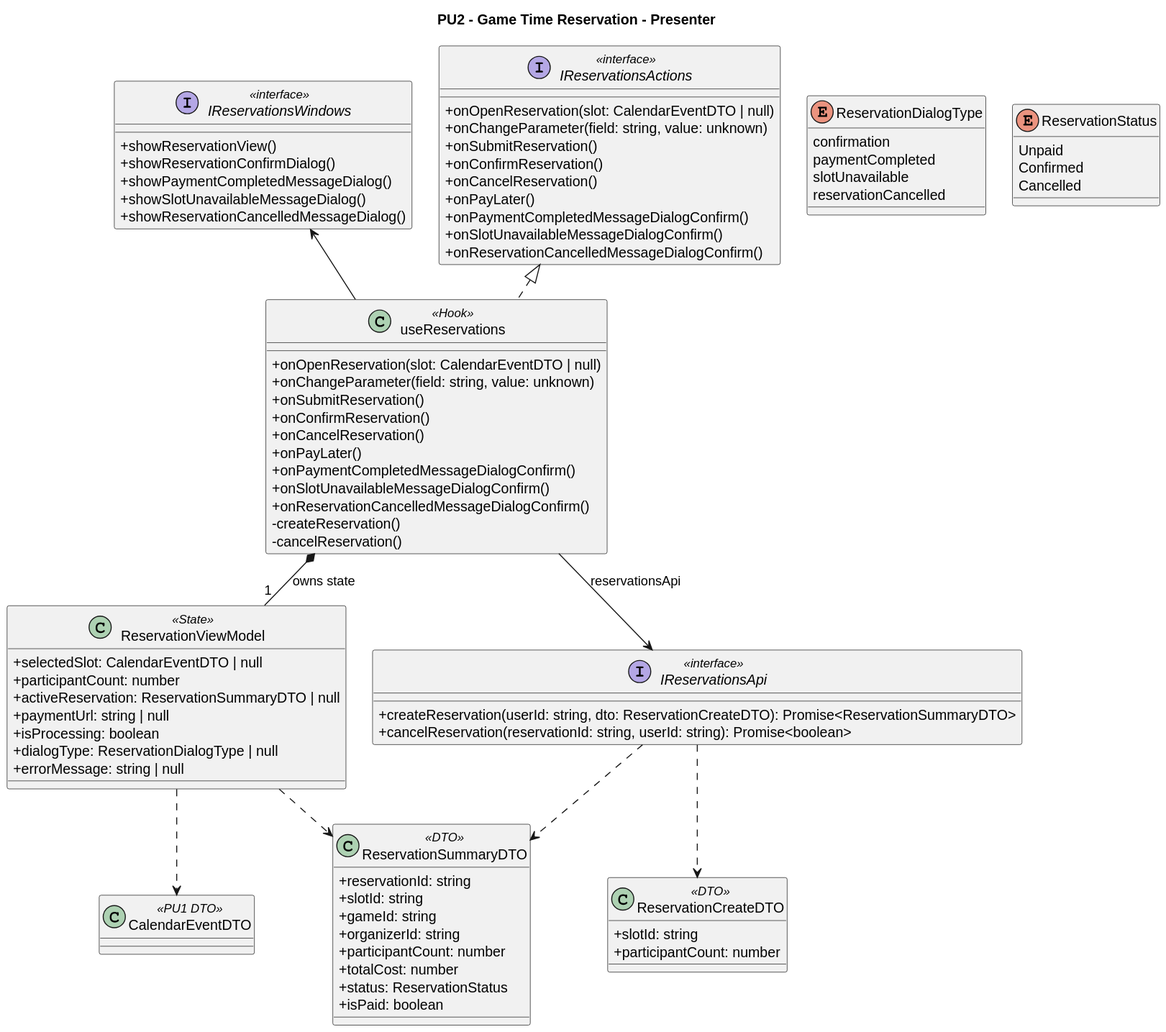
The PlantUML diagram diagrams/frontend/rendered/reservation-presenter.svg in Igor-Ochocki/POP-2026Z, before a commit.
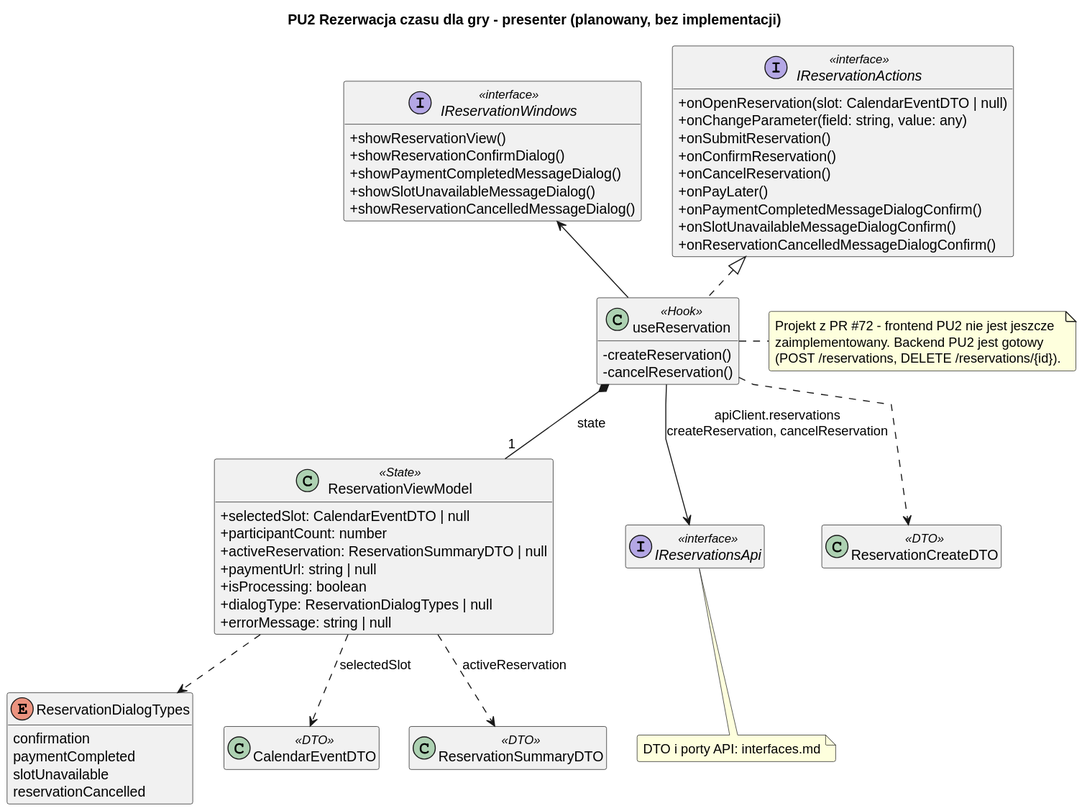
After the commit.

The edit, as a diff of the source:
```diff
@@ -3,29 +3,16 @@
 skinparam packageStyle rectangle
 skinparam shadowing false
 skinparam roundcorner 4
-skinparam nodesep 26
-skinparam ranksep 34
 skinparam linetype polyline
+skinparam nodesep 30
+skinparam ranksep 40
+hide empty members
 
-title PU2 - Game Time Reservation - Presenter
+title PU2 Rezerwacja czasu dla gry - presenter (planowany, bez implementacji)
 
-class useReservations <<Hook>> {
+interface IReservationActions <<interface>> {
     + onOpenReservation(slot: CalendarEventDTO | null)
-    + onChangeParameter(field: string, value: unknown)
-    + onSubmitReservation()
-    + onConfirmReservation()
-    + onCancelReservation()
-    + onPayLater()
-    + onPaymentCompletedMessageDialogConfirm()
-    + onSlotUnavailableMessageDialogConfirm()
-    + onReservationCancelledMessageDialogConfirm()
-    - createReservation()
-    - cancelReservation()
-}
-
-interface IReservationsActions <<interface>> {
-    + onOpenReservation(slot: CalendarEventDTO | null)
-    + onChangeParameter(field: string, value: unknown)
+    + onChangeParameter(field: string, value: any)
     + onSubmitReservation()
     + onConfirmReservation()
     + onCancelReservation()
@@ -35,12 +22,17 @@
     + onReservationCancelledMessageDialogConfirm()
 }
 
-interface IReservationsWindows <<interface>> {
+interface IReservationWindows <<interface>> {
     + showReservationView()
     + showReservationConfirmDialog()
     + showPaymentCompletedMessageDialog()
     + showSlotUnavailableMessageDialog()
     + showReservationCancelledMessageDialog()
+}
+
+class useReservation <<Hook>> {
+    - createReservation()
+    - cancelReservation()
 }
 
 class ReservationViewModel <<State>> {
@@ -49,54 +41,38 @@
     + activeReservation: ReservationSummaryDTO | null
     + paymentUrl: string | null
     + isProcessing: boolean
-    + dialogType: ReservationDialogType | null
+    + dialogType: ReservationDialogTypes | null
     + errorMessage: string | null
 }
 
-class ReservationSummaryDTO <<DTO>> {
-    + reservationId: string
-    + slotId: string
-    + gameId: string
-    + organizerId: string
-    + participantCount: number
-    + totalCost: number
-    + status: ReservationStatus
-    + isPaid: boolean
-}
-
-enum ReservationDialogType {
+enum ReservationDialogTypes {
     confirmation
     paymentCompleted
     slotUnavailable
     reservationCancelled
 }
 
-interface IReservationsApi <<interface>> {
-    + createReservation(userId: string, dto: ReservationCreateDTO): Promise<ReservationSummaryDTO>
-    + cancelReservation(reservationId: string, userId: string): Promise<boolean>
-}
+interface IReservationsApi <<interface>>
+class CalendarEventDTO <<DTO>>
+class ReservationSummaryDTO <<DTO>>
+class ReservationCreateDTO <<DTO>>
 
-class ReservationCreateDTO <<DTO>> {
-    + slotId: string
-    + participantCount: number
-}
+useReservation .u.|> IReservationActions
+useReservation -u-> IReservationWindows
+useReservation *-- "1" ReservationViewModel : state
+ReservationViewModel ..> ReservationDialogTypes
+ReservationViewModel ..> CalendarEventDTO : selectedSlot
+ReservationViewModel ..> ReservationSummaryDTO : activeReservation
+useReservation ..> ReservationCreateDTO
+useReservation --> IReservationsApi : apiClient.reservations\ncreateReservation, cancelReservation
 
-class CalendarEventDTO <<PU1 DTO>>
+note right of useReservation
+    Projekt z PR #72 - frontend PU2 nie jest jeszcze
+    zaimplementowany. Backend PU2 jest gotowy
+    (POST /reservations, DELETE /reservations/{id}).
+end note
 
-enum ReservationStatus {
-    Unpaid
-    Confirmed
-    Cancelled
-}
-
-useReservations .u.|> IReservationsActions
-useReservations -u-> IReservationsWindows
-useReservations --> IReservationsApi : reservationsApi
-useReservations *-- "1" ReservationViewModel : owns state
-
-ReservationViewModel ..> CalendarEventDTO
-ReservationViewModel ..> ReservationSummaryDTO
-
-IReservationsApi ..> ReservationCreateDTO
-IReservationsApi ..> ReservationSummaryDTO
+note bottom of IReservationsApi
+    DTO i porty API: interfaces.md
+end note
 @enduml
```
